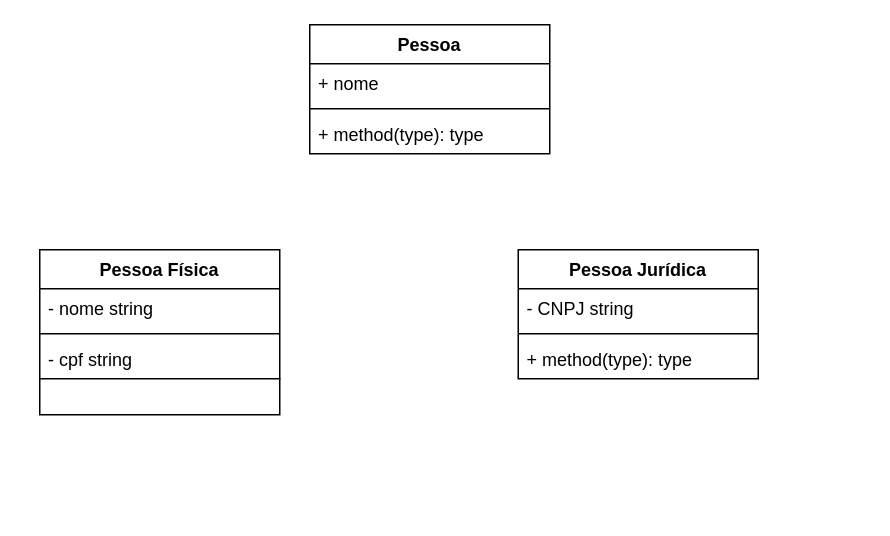
The draw.io diagram Untitled Diagram.drawio in Denisessouza/logica_senai, before the edit. Source tidied: cells renumbered, new cells numbered last; positions are measured from the earlier drawing's top-left corner, leaving out a move shared by most shapes. Both pictures are drawn from the tidied source at 150%, with x=0, y=0 at pixel (39, 24).
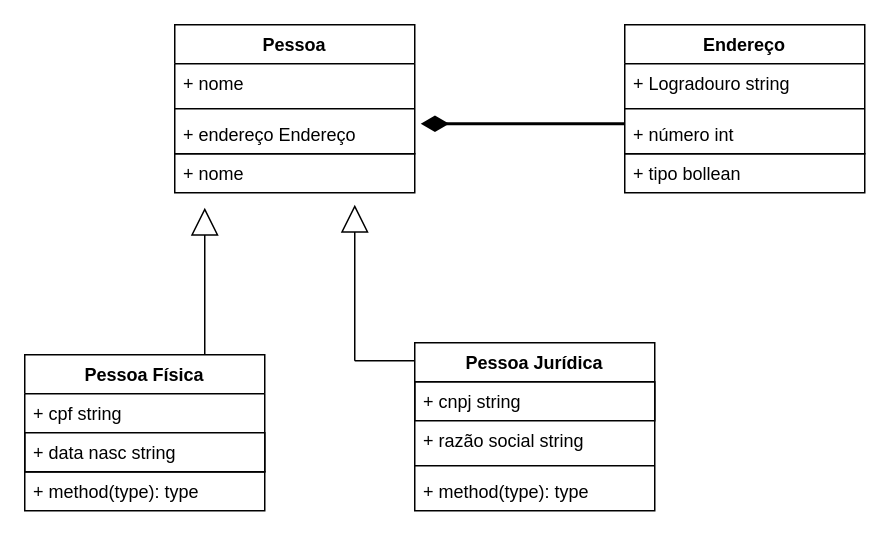
The same page after the edit.

The edit, as a diff of the source:
```diff
@@
-    <mxCell id="2" value="Pessoa Física" style="swimlane;fontStyle=1;align=center;verticalAlign=top;horizontal=1;startSize=26;" parent="1" vertex="1">
-      <mxGeometry y="150" width="160" height="86" as="geometry" />
-    </mxCell>
-    <mxCell id="3" value="- nome string" style="text;strokeColor=none;fillColor=none;align=left;verticalAlign=top;spacingLeft=4;spacingRight=4;overflow=hidden;" parent="2" vertex="1">
-      <mxGeometry y="26" width="160" height="26" as="geometry" />
-    </mxCell>
-    <mxCell id="4" style="line;strokeWidth=1;fillColor=none;align=left;verticalAlign=middle;spacingTop=-1;spacingLeft=3;spacingRight=3;labelPosition=right;" parent="2" vertex="1">
-      <mxGeometry y="52" width="160" height="8" as="geometry" />
-    </mxCell>
-    <mxCell id="5" value="- cpf string" style="text;strokeColor=none;fillColor=none;align=left;verticalAlign=top;spacingLeft=4;spacingRight=4;overflow=hidden;" parent="2" vertex="1">
-      <mxGeometry y="60" width="160" height="26" as="geometry" />
-    </mxCell>
-    <mxCell id="6" value="Pessoa Jurídica" style="swimlane;fontStyle=1;align=center;verticalAlign=top;horizontal=1;startSize=26;" parent="1" vertex="1">
-      <mxGeometry x="319" y="150" width="160" height="86" as="geometry" />
-    </mxCell>
-    <mxCell id="7" value="- CNPJ string" style="text;strokeColor=none;fillColor=none;align=left;verticalAlign=top;spacingLeft=4;spacingRight=4;overflow=hidden;" parent="6" vertex="1">
-      <mxGeometry y="26" width="160" height="26" as="geometry" />
-    </mxCell>
-    <mxCell id="8" style="line;strokeWidth=1;fillColor=none;align=left;verticalAlign=middle;spacingTop=-1;spacingLeft=3;spacingRight=3;labelPosition=right;" parent="6" vertex="1">
-      <mxGeometry y="52" width="160" height="8" as="geometry" />
-    </mxCell>
-    <mxCell id="9" value="+ method(type): type" style="text;strokeColor=none;fillColor=none;align=left;verticalAlign=top;spacingLeft=4;spacingRight=4;overflow=hidden;" parent="6" vertex="1">
-      <mxGeometry y="60" width="160" height="26" as="geometry" />
-    </mxCell>
-    <mxCell id="10" style="whiteSpace=wrap;html=1;" parent="1" vertex="1">
-      <mxGeometry y="236" width="160" height="24" as="geometry" />
-    </mxCell>
     <mxCell id="11" value="Pessoa" style="swimlane;fontStyle=1;align=center;verticalAlign=top;horizontal=1;startSize=26;" parent="1" vertex="1">
-      <mxGeometry x="180" width="160" height="86" as="geometry" />
+      <mxGeometry x="90" width="160" height="86" as="geometry" />
     </mxCell>
@@
-    <mxCell id="14" value="+ method(type): type" style="text;strokeColor=none;fillColor=none;align=left;verticalAlign=top;spacingLeft=4;spacingRight=4;overflow=hidden;points=[[0,0.5],[1,0.5]];portConstraint=eastwest;" parent="11" vertex="1">
+    <mxCell id="14" value="+ endereço Endereço" style="text;strokeColor=none;fillColor=none;align=left;verticalAlign=top;spacingLeft=4;spacingRight=4;overflow=hidden;points=[[0,0.5],[1,0.5]];portConstraint=eastwest;" parent="11" vertex="1">
       <mxGeometry y="60" width="160" height="26" as="geometry" />
     </mxCell>
+    <mxCell id="15" value="+ nome" style="text;strokeColor=default;fillColor=none;align=left;verticalAlign=top;spacingLeft=4;spacingRight=4;overflow=hidden;" parent="1" vertex="1">
+      <mxGeometry x="90" y="86" width="160" height="26" as="geometry" />
+    </mxCell>
+    <mxCell id="16" value="Endereço" style="swimlane;fontStyle=1;align=center;verticalAlign=top;horizontal=1;startSize=26;" parent="1" vertex="1">
+      <mxGeometry x="390" width="160" height="86" as="geometry" />
+    </mxCell>
+    <mxCell id="17" value="+ Logradouro string" style="text;strokeColor=none;fillColor=none;align=left;verticalAlign=top;spacingLeft=4;spacingRight=4;overflow=hidden;" parent="16" vertex="1">
+      <mxGeometry y="26" width="160" height="26" as="geometry" />
+    </mxCell>
+    <mxCell id="18" style="line;strokeWidth=1;fillColor=none;align=left;verticalAlign=middle;spacingTop=-1;spacingLeft=3;spacingRight=3;labelPosition=right;" parent="16" vertex="1">
+      <mxGeometry y="52" width="160" height="8" as="geometry" />
+    </mxCell>
+    <mxCell id="19" value="+ número int" style="text;strokeColor=none;fillColor=none;align=left;verticalAlign=top;spacingLeft=4;spacingRight=4;overflow=hidden;" parent="16" vertex="1">
+      <mxGeometry y="60" width="160" height="26" as="geometry" />
+    </mxCell>
+    <mxCell id="20" value="+ tipo bollean " style="text;strokeColor=default;fillColor=none;align=left;verticalAlign=top;spacingLeft=4;spacingRight=4;overflow=hidden;" parent="1" vertex="1">
+      <mxGeometry x="390" y="86" width="160" height="26" as="geometry" />
+    </mxCell>
+    <mxCell id="21" style="endArrow=diamondThin;endFill=1;endSize=13;html=1;rounded=0;strokeWidth=2;entryX=1.025;entryY=0.231;entryDx=0;entryDy=0;entryPerimeter=0;startSize=0;jumpSize=2;" parent="1" edge="1" target="14">
+      <mxGeometry relative="1" as="geometry">
+        <mxPoint x="390" y="66" as="sourcePoint" />
+      </mxGeometry>
+    </mxCell>
+    <mxCell id="2" value="Pessoa Física" style="swimlane;fontStyle=1;align=center;verticalAlign=top;horizontal=1;startSize=26;shadow=0;strokeColor=default;" parent="1" vertex="1">
+      <mxGeometry x="-10" y="220" width="160" height="78" as="geometry" />
+    </mxCell>
+    <mxCell id="22" value="+ cpf string" style="text;strokeColor=none;fillColor=none;align=left;verticalAlign=top;spacingLeft=4;spacingRight=4;overflow=hidden;shadow=0;" parent="2" vertex="1">
+      <mxGeometry y="26" width="160" height="26" as="geometry" />
+    </mxCell>
+    <mxCell id="23" value="+ data nasc string" style="text;strokeColor=default;fillColor=none;align=left;verticalAlign=top;spacingLeft=4;spacingRight=4;overflow=hidden;shadow=0;" parent="2" vertex="1">
+      <mxGeometry y="52" width="160" height="26" as="geometry" />
+    </mxCell>
+    <mxCell id="24" value="+ method(type): type" style="text;strokeColor=default;fillColor=none;align=left;verticalAlign=top;spacingLeft=4;spacingRight=4;overflow=hidden;shadow=0;" parent="1" vertex="1">
+      <mxGeometry x="-10" y="298" width="160" height="26" as="geometry" />
+    </mxCell>
+    <mxCell id="6" value="Pessoa Jurídica" style="swimlane;fontStyle=1;align=center;verticalAlign=top;horizontal=1;startSize=26;shadow=0;strokeColor=default;" parent="1" vertex="1">
+      <mxGeometry x="250" y="212" width="160" height="112" as="geometry" />
+    </mxCell>
+    <mxCell id="25" value="+ cnpj string" style="text;strokeColor=default;fillColor=none;align=left;verticalAlign=top;spacingLeft=4;spacingRight=4;overflow=hidden;shadow=0;" parent="6" vertex="1">
+      <mxGeometry y="26" width="160" height="26" as="geometry" />
+    </mxCell>
+    <mxCell id="26" value="+ razão social string" style="text;strokeColor=none;fillColor=none;align=left;verticalAlign=top;spacingLeft=4;spacingRight=4;overflow=hidden;shadow=0;" parent="6" vertex="1">
+      <mxGeometry y="52" width="160" height="26" as="geometry" />
+    </mxCell>
+    <mxCell id="27" style="line;strokeWidth=1;fillColor=none;align=left;verticalAlign=middle;spacingTop=-1;spacingLeft=3;spacingRight=3;labelPosition=right;shadow=0;" parent="6" vertex="1">
+      <mxGeometry y="78" width="160" height="8" as="geometry" />
+    </mxCell>
+    <mxCell id="28" value="+ method(type): type" style="text;strokeColor=none;fillColor=none;align=left;verticalAlign=top;spacingLeft=4;spacingRight=4;overflow=hidden;shadow=0;" parent="6" vertex="1">
+      <mxGeometry y="86" width="160" height="26" as="geometry" />
+    </mxCell>
+    <mxCell id="29" style="endArrow=block;endSize=16;endFill=0;html=1;rounded=0;strokeWidth=1;jumpSize=2;" parent="1" edge="1">
+      <mxGeometry relative="1" as="geometry">
+        <mxPoint x="110" y="220" as="sourcePoint" />
+        <mxPoint x="110" y="122" as="targetPoint" />
+      </mxGeometry>
+    </mxCell>
+    <mxCell id="30" style="endArrow=block;endSize=16;endFill=0;html=1;rounded=0;strokeWidth=1;jumpSize=2;exitX=0;exitY=0.5;exitDx=0;exitDy=0;exitPerimeter=0;" parent="1" edge="1" source="31">
+      <mxGeometry relative="1" as="geometry">
+        <mxPoint x="210" y="120" as="targetPoint" />
+      </mxGeometry>
+    </mxCell>
+    <mxCell id="31" style="line;strokeWidth=1;fillColor=none;align=left;verticalAlign=middle;spacingTop=-1;spacingLeft=3;spacingRight=3;labelPosition=right;points=[];portConstraint=eastwest;shadow=0;" parent="1" vertex="1">
+      <mxGeometry x="210" y="220" width="40" height="8" as="geometry" />
+    </mxCell>
```
